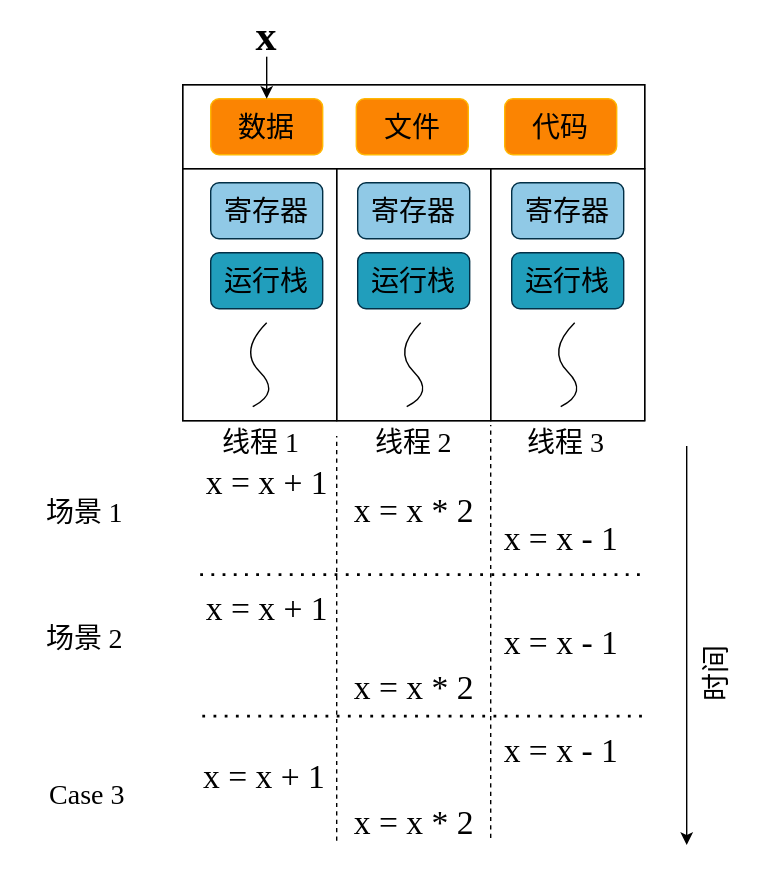
This is img/ch-intro/thread-safe.svg from godaai/scale-py-zh, a draw.io export, as it was before one commit. Source tidied: cells renumbered, new cells last; positions are measured from the earlier drawing's top-left corner, leaving out a move shared by most shapes.
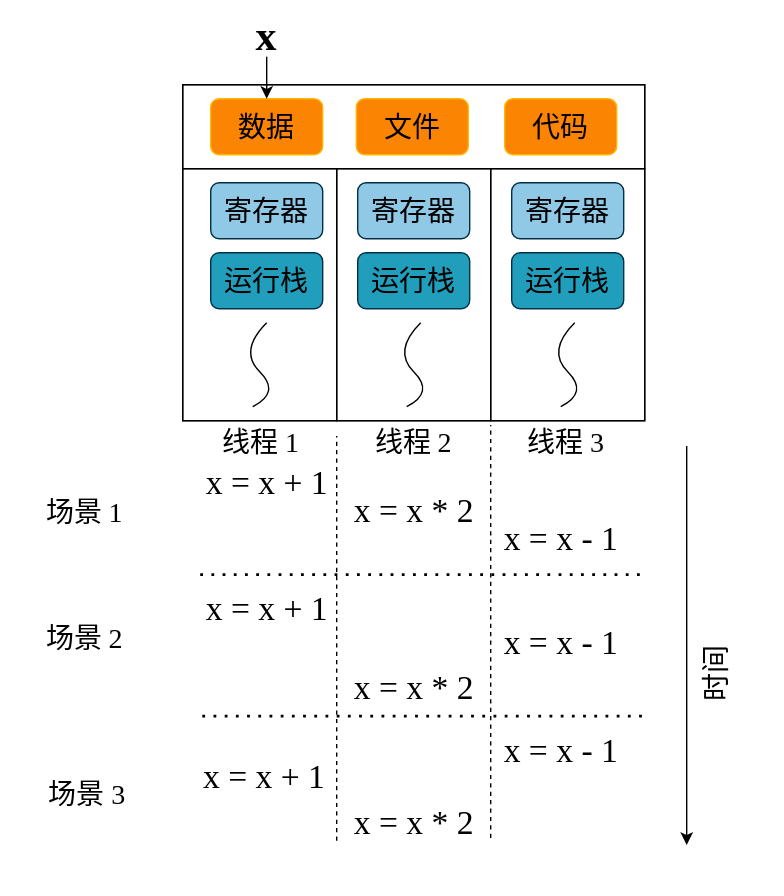
After the change.

The edit, as a diff of the source:
```diff
@@ -158,7 +158,7 @@
     <mxCell id="41" value="&lt;font&gt;场景 2&lt;/font&gt;" style="text;html=1;strokeColor=none;fillColor=none;align=center;verticalAlign=middle;whiteSpace=wrap;rounded=0;fontFamily=Times New Roman;fontSize=20;" parent="1" vertex="1">
       <mxGeometry x="10" y="440" width="100" height="30" as="geometry" />
     </mxCell>
-    <mxCell id="42" value="&lt;font&gt;Case 3&lt;/font&gt;" style="text;html=1;strokeColor=none;fillColor=none;align=center;verticalAlign=middle;whiteSpace=wrap;rounded=0;fontFamily=Times New Roman;fontSize=20;" parent="1" vertex="1">
+    <mxCell id="42" value="&lt;font&gt;场景 3&lt;/font&gt;" style="text;html=1;strokeColor=none;fillColor=none;align=center;verticalAlign=middle;whiteSpace=wrap;rounded=0;fontFamily=Times New Roman;fontSize=20;" parent="1" vertex="1">
       <mxGeometry x="12" y="551" width="100" height="30" as="geometry" />
     </mxCell>
   </root>
```
